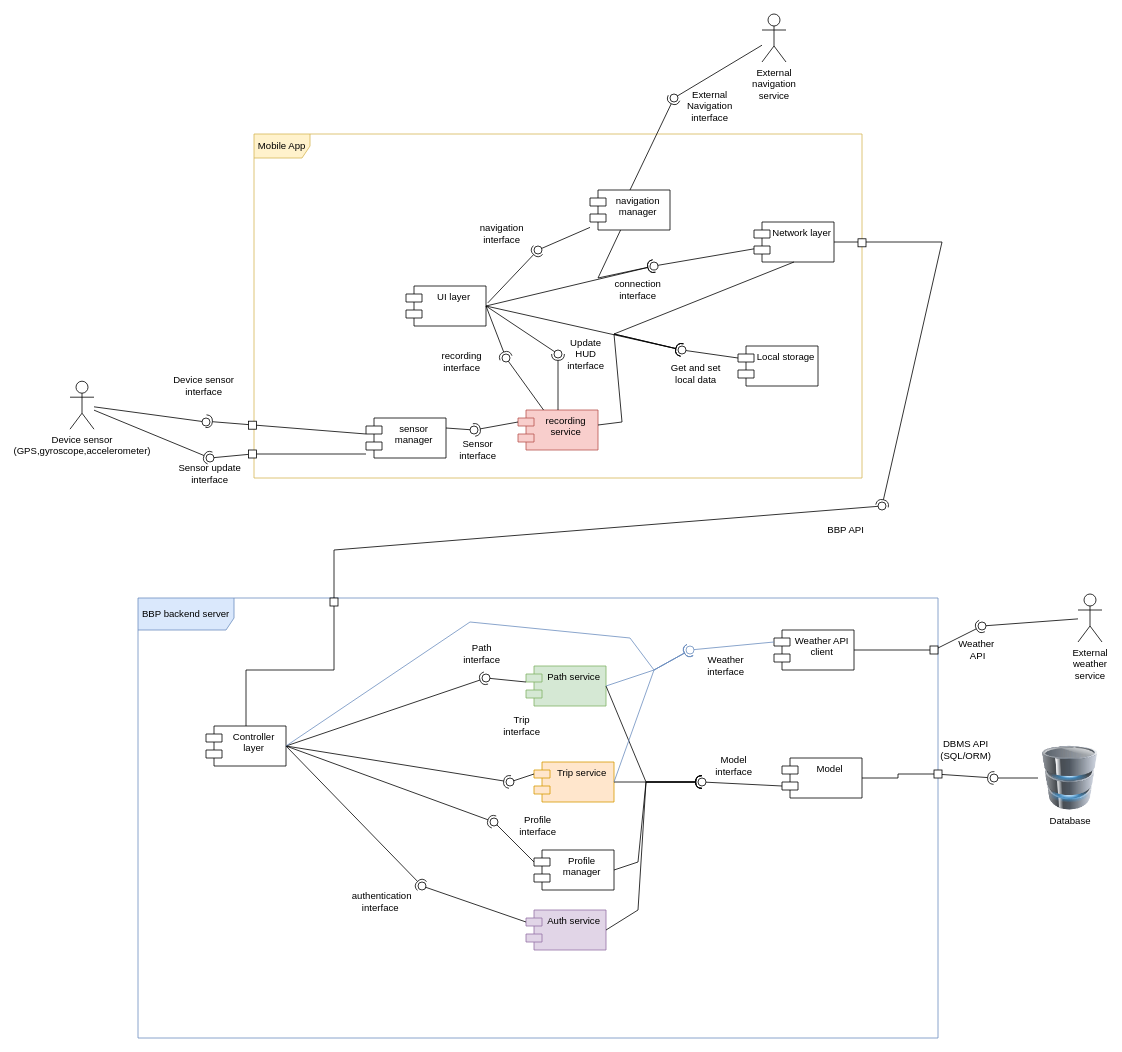
Above: page "Complete_low_level_diagram" (3 of 8) of DD/LaTeXCode/images/drawio/Component_diagram.drawio in jacopobellosi/Bellosi-Montanelli-Tempobono (draw.io), before the change. Source tidied: cells renumbered, new cells numbered last; positions are measured from the earlier drawing's top-left corner, leaving out a move shared by most shapes. Both pictures are drawn from the tidied source at 80%, with x=0, y=0 at pixel (70, 14).
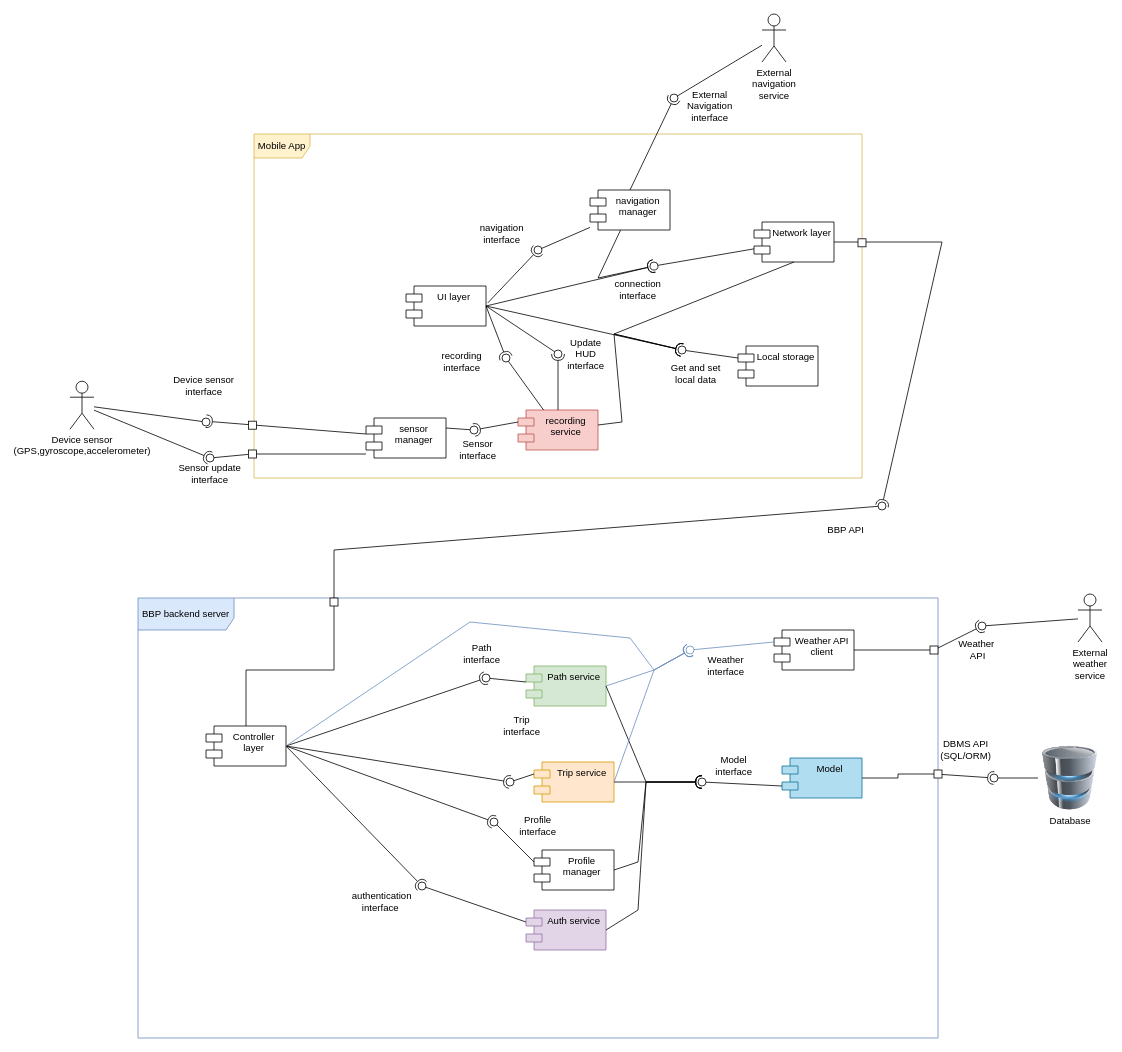
Above is the later version.

What changed in the source:
```diff
@@
-    <mxCell id="30" value="Model" style="shape=module;align=left;spacingLeft=20;align=center;verticalAlign=top;whiteSpace=wrap;html=1;" parent="1" vertex="1">
+    <mxCell id="30" value="Model" style="shape=module;align=left;spacingLeft=20;align=center;verticalAlign=top;whiteSpace=wrap;html=1;fillColor=#b1ddf0;strokeColor=#10739e;" parent="1" vertex="1">
       <mxGeometry x="890" y="930" width="100" height="50" as="geometry" />
     </mxCell>
```
